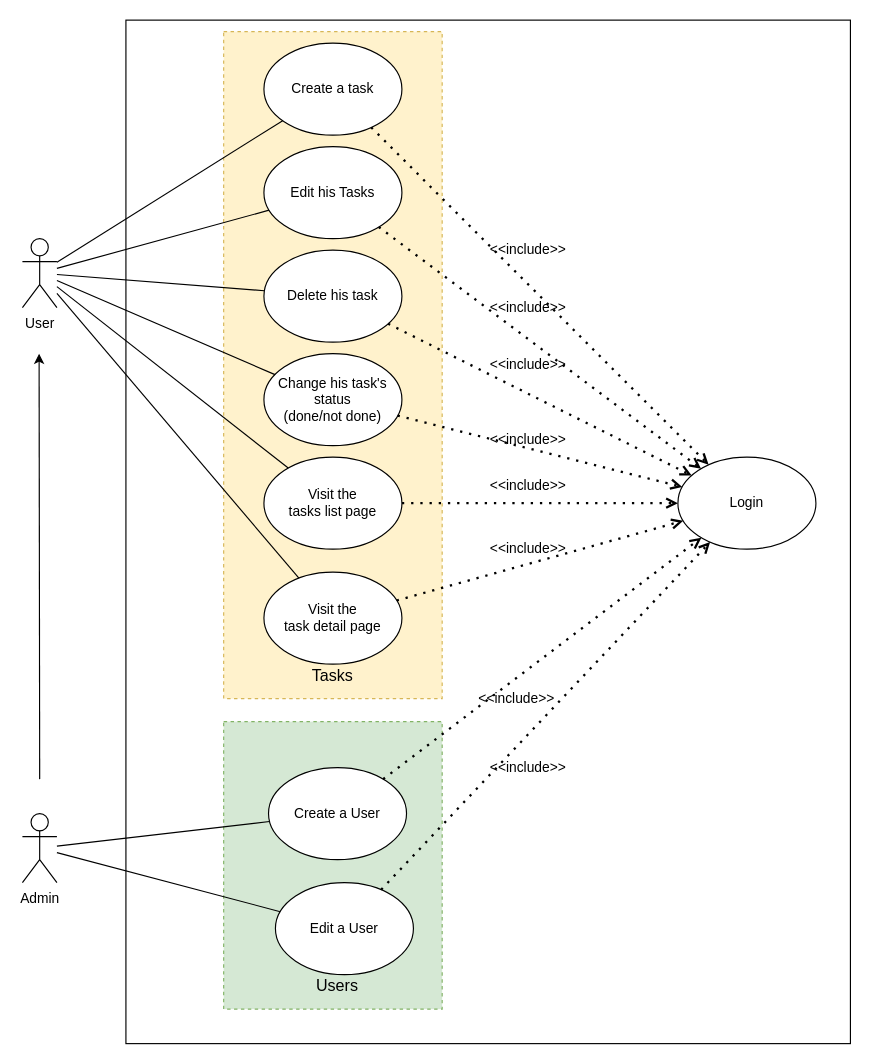
Earlier version of the draw.io diagram diagrams/todolist_global_use_case.drawio (JgPhil/Todo-Sf4). Source tidied: cells renumbered, new cells numbered last; positions are measured from the earlier drawing's top-left corner, leaving out a move shared by most shapes. Both pictures are drawn from the tidied source at 115%, with x=0, y=0 at pixel (22, 20).
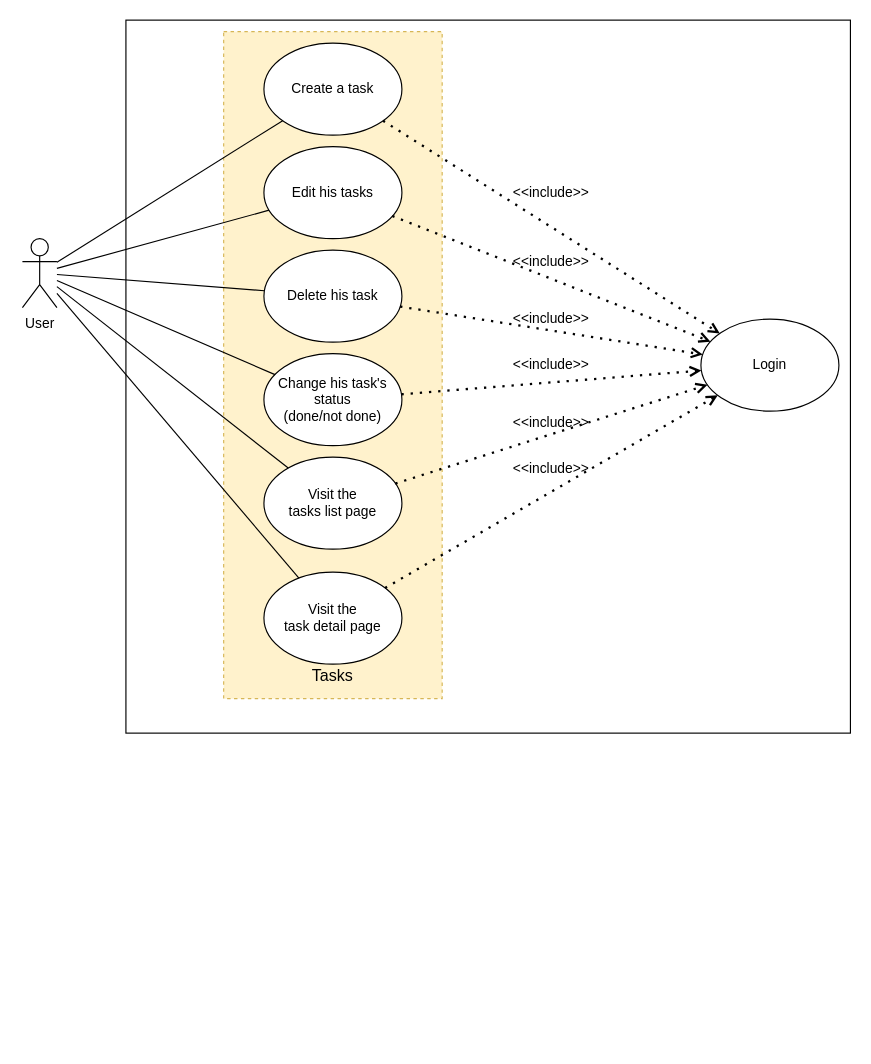
Above is the later version.

Diff of the diagram source:
```diff
@@
     <mxCell id="2" style="rounded=0;whiteSpace=wrap;html=1;" parent="1" vertex="1">
-      <mxGeometry x="90" width="630" height="890" as="geometry" />
+      <mxGeometry x="90" width="630" height="620" as="geometry" />
     </mxCell>
@@
-    <mxCell id="4" style="rounded=0;whiteSpace=wrap;html=1;dashed=1;fillColor=#d5e8d4;strokeColor=#82b366;" parent="1" vertex="1">
-      <mxGeometry x="175" y="610" width="190" height="250" as="geometry" />
-    </mxCell>
-    <mxCell id="5" value="Admin" style="shape=umlActor;verticalLabelPosition=bottom;verticalAlign=top;html=1;outlineConnect=0;" parent="1" vertex="1">
-      <mxGeometry y="690" width="30" height="60" as="geometry" />
-    </mxCell>
@@
-    <mxCell id="7" value="Create a User" style="ellipse;whiteSpace=wrap;html=1;" parent="1" vertex="1">
-      <mxGeometry x="214" y="650" width="120" height="80" as="geometry" />
-    </mxCell>
-    <mxCell id="8" value="Edit a User" style="ellipse;whiteSpace=wrap;html=1;" parent="1" vertex="1">
-      <mxGeometry x="220" y="750" width="120" height="80" as="geometry" />
-    </mxCell>
@@
-    <mxCell id="10" value="Edit his Tasks" style="ellipse;whiteSpace=wrap;html=1;" parent="1" vertex="1">
+    <mxCell id="10" value="Edit his tasks" style="ellipse;whiteSpace=wrap;html=1;" parent="1" vertex="1">
       <mxGeometry x="210" y="110" width="120" height="80" as="geometry" />
     </mxCell>
@@
-    <mxCell id="13" style="endArrow=classic;html=1;" parent="1" edge="1">
-      <mxGeometry relative="1" as="geometry">
-        <mxPoint x="15" y="660" as="sourcePoint" />
-        <mxPoint x="14.5" y="290" as="targetPoint" />
-      </mxGeometry>
-    </mxCell>
@@
-    <mxCell id="18" style="endArrow=none;html=1;" parent="1" edge="1" source="5" target="8">
-      <mxGeometry relative="1" as="geometry" />
-    </mxCell>
-    <mxCell id="19" style="endArrow=none;html=1;" parent="1" edge="1" source="5" target="7">
-      <mxGeometry relative="1" as="geometry" />
-    </mxCell>
-    <mxCell id="20" value="Users" style="text;html=1;strokeColor=none;fillColor=none;align=center;verticalAlign=middle;whiteSpace=wrap;rounded=0;dashed=1;fontSize=14;" parent="1" vertex="1">
-      <mxGeometry x="234" y="830" width="80" height="20" as="geometry" />
-    </mxCell>
@@
     <mxCell id="22" value="Login" style="ellipse;whiteSpace=wrap;html=1;" parent="1" vertex="1">
-      <mxGeometry x="570" y="380" width="120" height="80" as="geometry" />
+      <mxGeometry x="590" y="260" width="120" height="80" as="geometry" />
     </mxCell>
-    <mxCell id="23" style="endArrow=open;dashed=1;html=1;dashPattern=1 3;strokeWidth=2;startArrow=none;startFill=0;endFill=0;" parent="1" edge="1" source="8" target="22">
-      <mxGeometry relative="1" as="geometry" />
-    </mxCell>
-    <mxCell id="24" style="endArrow=open;dashed=1;html=1;dashPattern=1 3;strokeWidth=2;startArrow=none;startFill=0;endFill=0;" parent="1" edge="1" source="7" target="22">
-      <mxGeometry relative="1" as="geometry" />
-    </mxCell>
@@
     <mxCell id="29" value="&amp;lt;&amp;lt;include&amp;gt;&amp;gt;" style="text;html=1;strokeColor=none;fillColor=none;align=center;verticalAlign=middle;whiteSpace=wrap;rounded=0;" parent="1" vertex="1">
-      <mxGeometry x="420" y="190" width="40" height="20" as="geometry" />
+      <mxGeometry x="440" y="140" width="40" height="20" as="geometry" />
     </mxCell>
     <mxCell id="30" value="&amp;lt;&amp;lt;include&amp;gt;&amp;gt;" style="text;html=1;strokeColor=none;fillColor=none;align=center;verticalAlign=middle;whiteSpace=wrap;rounded=0;" parent="1" vertex="1">
-      <mxGeometry x="420" y="240" width="40" height="20" as="geometry" />
+      <mxGeometry x="440" y="200" width="40" height="20" as="geometry" />
     </mxCell>
     <mxCell id="31" value="&amp;lt;&amp;lt;include&amp;gt;&amp;gt;" style="text;html=1;strokeColor=none;fillColor=none;align=center;verticalAlign=middle;whiteSpace=wrap;rounded=0;" parent="1" vertex="1">
-      <mxGeometry x="420" y="290" width="40" height="20" as="geometry" />
+      <mxGeometry x="440" y="250" width="40" height="20" as="geometry" />
     </mxCell>
     <mxCell id="32" value="&amp;lt;&amp;lt;include&amp;gt;&amp;gt;" style="text;html=1;strokeColor=none;fillColor=none;align=center;verticalAlign=middle;whiteSpace=wrap;rounded=0;" parent="1" vertex="1">
-      <mxGeometry x="420" y="355" width="40" height="20" as="geometry" />
+      <mxGeometry x="440" y="290" width="40" height="20" as="geometry" />
     </mxCell>
     <mxCell id="33" value="&amp;lt;&amp;lt;include&amp;gt;&amp;gt;" style="text;html=1;strokeColor=none;fillColor=none;align=center;verticalAlign=middle;whiteSpace=wrap;rounded=0;" parent="1" vertex="1">
-      <mxGeometry x="420" y="395" width="40" height="20" as="geometry" />
+      <mxGeometry x="440" y="340" width="40" height="20" as="geometry" />
     </mxCell>
     <mxCell id="34" value="&amp;lt;&amp;lt;include&amp;gt;&amp;gt;" style="text;html=1;strokeColor=none;fillColor=none;align=center;verticalAlign=middle;whiteSpace=wrap;rounded=0;" parent="1" vertex="1">
-      <mxGeometry x="420" y="450" width="40" height="20" as="geometry" />
+      <mxGeometry x="440" y="380" width="40" height="20" as="geometry" />
     </mxCell>
@@
-    <mxCell id="39" value="&amp;lt;&amp;lt;include&amp;gt;&amp;gt;" style="text;html=1;strokeColor=none;fillColor=none;align=center;verticalAlign=middle;whiteSpace=wrap;rounded=0;" parent="1" vertex="1">
-      <mxGeometry x="410" y="580" width="40" height="20" as="geometry" />
-    </mxCell>
-    <mxCell id="40" value="&amp;lt;&amp;lt;include&amp;gt;&amp;gt;" style="text;html=1;strokeColor=none;fillColor=none;align=center;verticalAlign=middle;whiteSpace=wrap;rounded=0;" parent="1" vertex="1">
-      <mxGeometry x="420" y="640" width="40" height="20" as="geometry" />
-    </mxCell>
```
